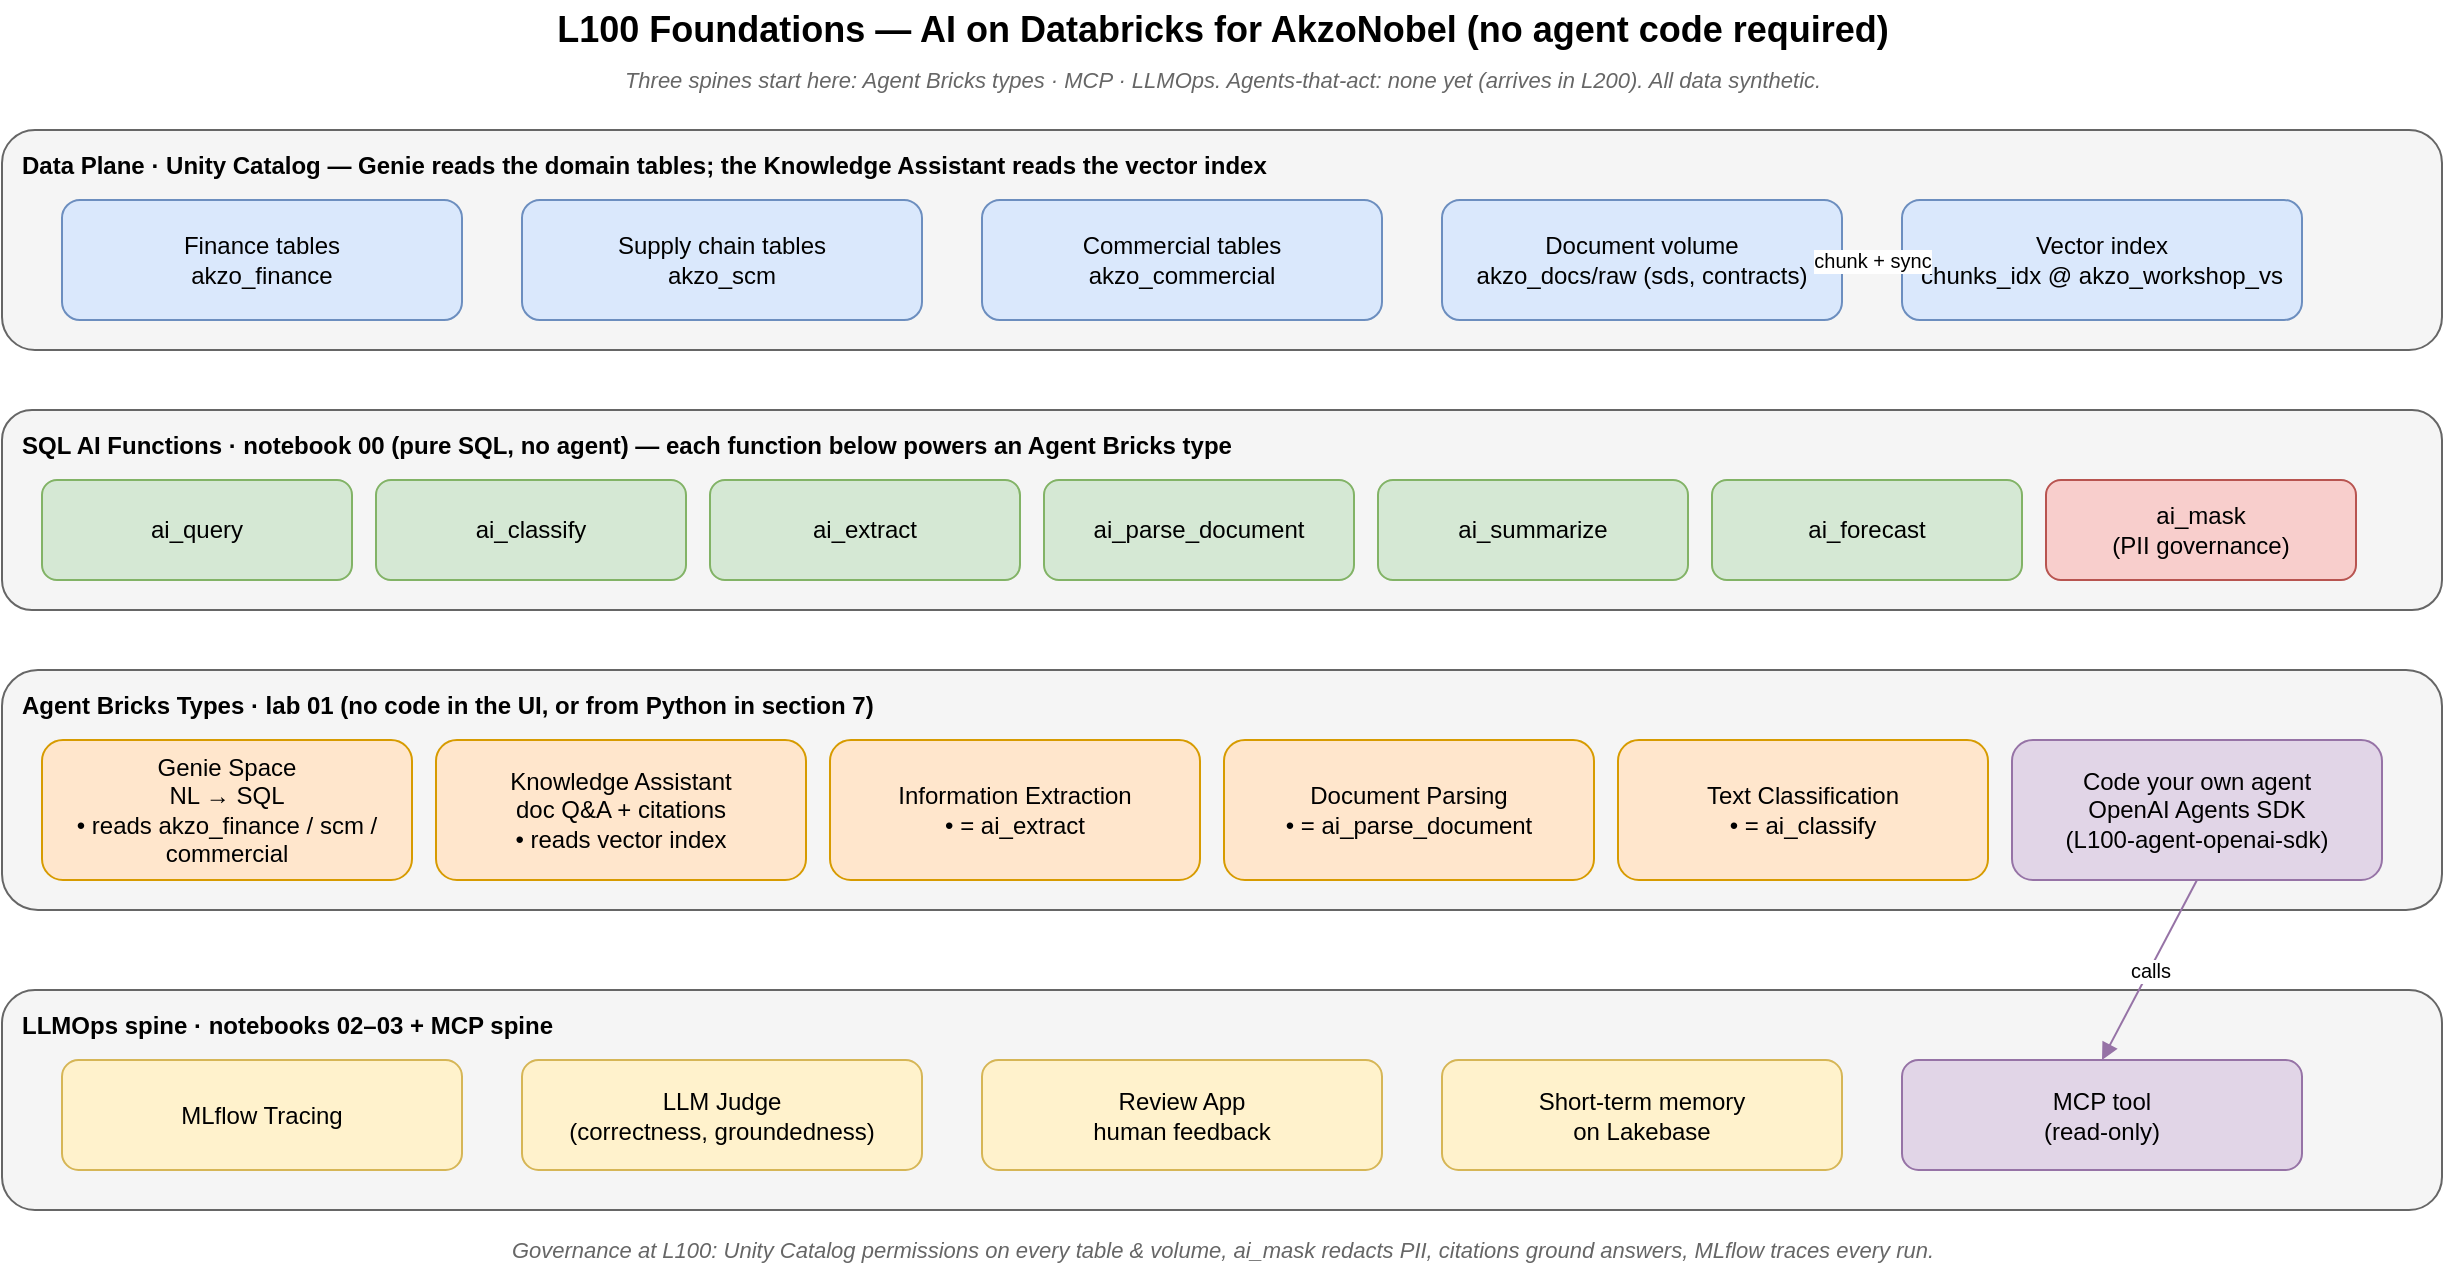
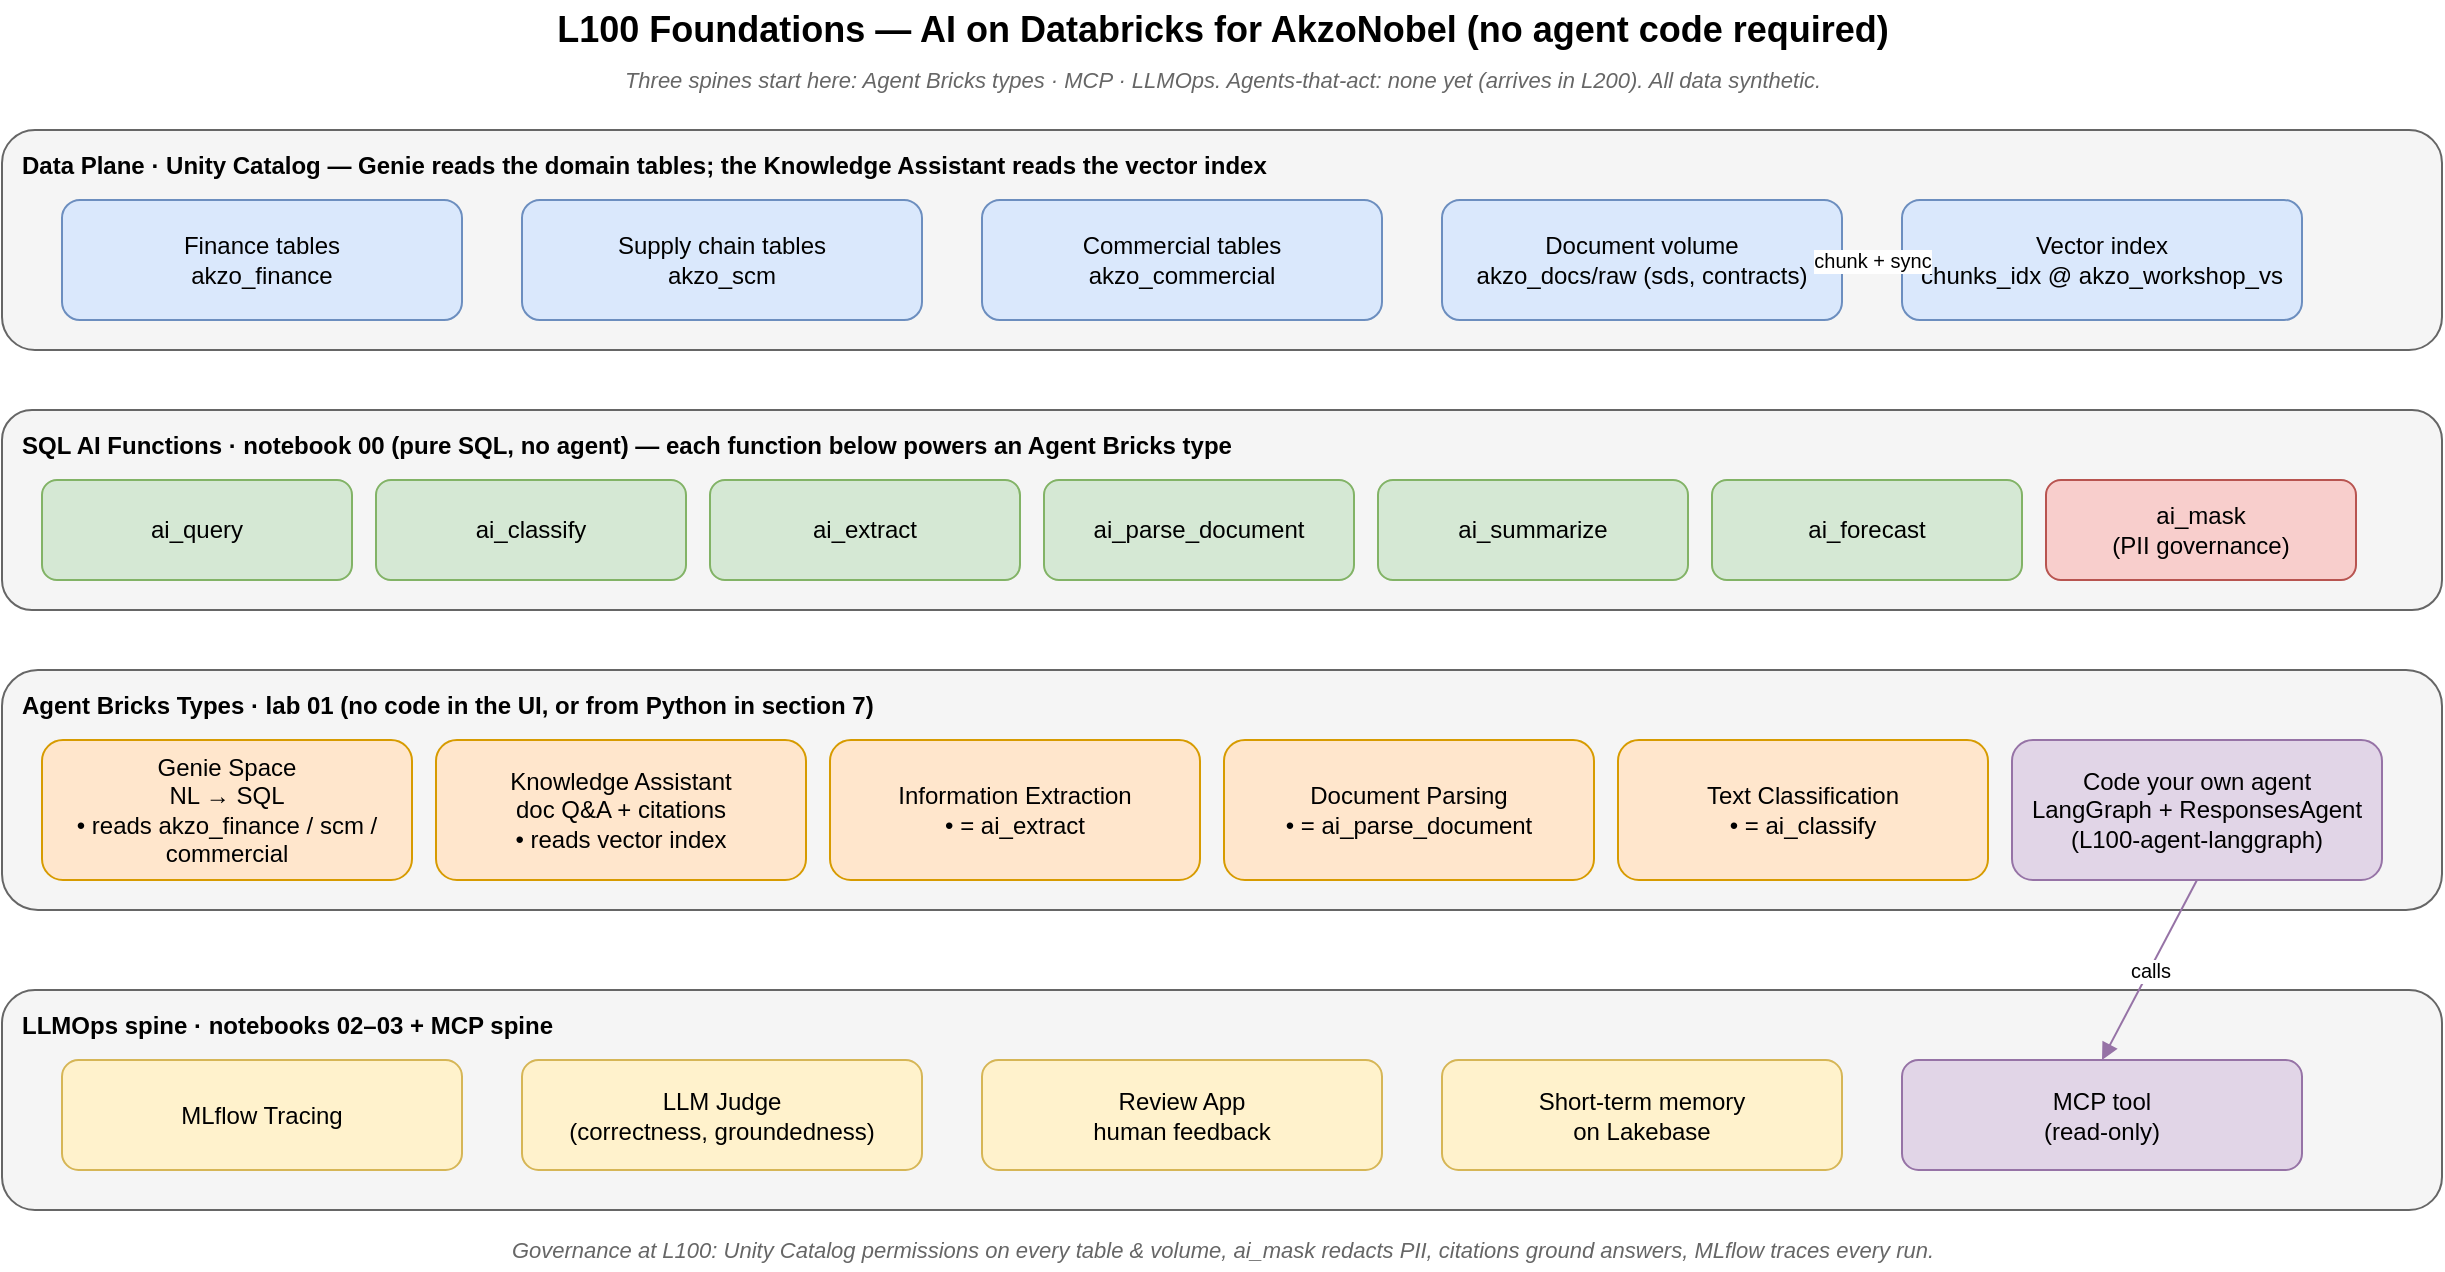
<mxGraphModel dx="1400" dy="900" grid="1" gridSize="10" guides="1" tooltips="1" connect="1" arrows="1" fold="1" page="1" pageScale="1" pageWidth="1300" pageHeight="760" math="0" shadow="0">
  <root>
    <mxCell id="0" />
    <mxCell id="1" parent="0" />

    <mxCell id="title" value="L100 Foundations &#8212; AI on Databricks for AkzoNobel (no agent code required)" style="text;html=1;fontSize=18;fontStyle=1;align=center;verticalAlign=middle;" vertex="1" parent="1">
      <mxGeometry x="40" y="15" width="1220" height="30" as="geometry" />
    </mxCell>
    <mxCell id="spines" value="Three spines start here: Agent Bricks types &#183; MCP &#183; LLMOps. Agents-that-act: none yet (arrives in L200). All data synthetic." style="text;html=1;fontSize=11;fontStyle=2;align=center;verticalAlign=middle;fontColor=#666666;" vertex="1" parent="1">
      <mxGeometry x="40" y="45" width="1220" height="20" as="geometry" />
    </mxCell>

    <!-- BAND 1: DATA PLANE -->
    <mxCell id="band1" value="Data Plane &#183; Unity Catalog &#8212; Genie reads the domain tables; the Knowledge Assistant reads the vector index" style="rounded=1;whiteSpace=wrap;html=1;fillColor=#f5f5f5;strokeColor=#666666;verticalAlign=top;align=left;fontStyle=1;fontSize=12;spacingLeft=8;spacingTop=4;" vertex="1" parent="1">
      <mxGeometry x="40" y="80" width="1220" height="110" as="geometry" />
    </mxCell>
    <mxCell id="d_fin" value="Finance tables&#10;akzo_finance" style="rounded=1;whiteSpace=wrap;html=1;fillColor=#dae8fc;strokeColor=#6c8ebf;" vertex="1" parent="1">
      <mxGeometry x="70" y="115" width="200" height="60" as="geometry" />
    </mxCell>
    <mxCell id="d_scm" value="Supply chain tables&#10;akzo_scm" style="rounded=1;whiteSpace=wrap;html=1;fillColor=#dae8fc;strokeColor=#6c8ebf;" vertex="1" parent="1">
      <mxGeometry x="300" y="115" width="200" height="60" as="geometry" />
    </mxCell>
    <mxCell id="d_com" value="Commercial tables&#10;akzo_commercial" style="rounded=1;whiteSpace=wrap;html=1;fillColor=#dae8fc;strokeColor=#6c8ebf;" vertex="1" parent="1">
      <mxGeometry x="530" y="115" width="200" height="60" as="geometry" />
    </mxCell>
    <mxCell id="d_vol" value="Document volume&#10;akzo_docs/raw (sds, contracts)" style="rounded=1;whiteSpace=wrap;html=1;fillColor=#dae8fc;strokeColor=#6c8ebf;" vertex="1" parent="1">
      <mxGeometry x="760" y="115" width="200" height="60" as="geometry" />
    </mxCell>
    <mxCell id="d_idx" value="Vector index&#10;chunks_idx @ akzo_workshop_vs" style="rounded=1;whiteSpace=wrap;html=1;fillColor=#dae8fc;strokeColor=#6c8ebf;" vertex="1" parent="1">
      <mxGeometry x="990" y="115" width="200" height="60" as="geometry" />
    </mxCell>
    <mxCell id="e5" value="chunk + sync" style="endArrow=block;html=1;rounded=1;dashed=1;strokeColor=#6c8ebf;fontSize=10;exitX=1;exitY=0.5;exitDx=0;exitDy=0;entryX=0;entryY=0.5;entryDx=0;entryDy=0;" edge="1" parent="1" source="d_vol" target="d_idx">
      <mxGeometry relative="1" as="geometry" />
    </mxCell>

    <!-- BAND 2: SQL AI FUNCTIONS -->
    <mxCell id="band2" value="SQL AI Functions &#183; notebook 00 (pure SQL, no agent) &#8212; each function below powers an Agent Bricks type" style="rounded=1;whiteSpace=wrap;html=1;fillColor=#f5f5f5;strokeColor=#666666;verticalAlign=top;align=left;fontStyle=1;fontSize=12;spacingLeft=8;spacingTop=4;" vertex="1" parent="1">
      <mxGeometry x="40" y="220" width="1220" height="100" as="geometry" />
    </mxCell>
    <mxCell id="f_query" value="ai_query" style="rounded=1;whiteSpace=wrap;html=1;fillColor=#d5e8d4;strokeColor=#82b366;" vertex="1" parent="1">
      <mxGeometry x="60" y="255" width="155" height="50" as="geometry" />
    </mxCell>
    <mxCell id="f_classify" value="ai_classify" style="rounded=1;whiteSpace=wrap;html=1;fillColor=#d5e8d4;strokeColor=#82b366;" vertex="1" parent="1">
      <mxGeometry x="227" y="255" width="155" height="50" as="geometry" />
    </mxCell>
    <mxCell id="f_extract" value="ai_extract" style="rounded=1;whiteSpace=wrap;html=1;fillColor=#d5e8d4;strokeColor=#82b366;" vertex="1" parent="1">
      <mxGeometry x="394" y="255" width="155" height="50" as="geometry" />
    </mxCell>
    <mxCell id="f_parse" value="ai_parse_document" style="rounded=1;whiteSpace=wrap;html=1;fillColor=#d5e8d4;strokeColor=#82b366;" vertex="1" parent="1">
      <mxGeometry x="561" y="255" width="155" height="50" as="geometry" />
    </mxCell>
    <mxCell id="f_sum" value="ai_summarize" style="rounded=1;whiteSpace=wrap;html=1;fillColor=#d5e8d4;strokeColor=#82b366;" vertex="1" parent="1">
      <mxGeometry x="728" y="255" width="155" height="50" as="geometry" />
    </mxCell>
    <mxCell id="f_fc" value="ai_forecast" style="rounded=1;whiteSpace=wrap;html=1;fillColor=#d5e8d4;strokeColor=#82b366;" vertex="1" parent="1">
      <mxGeometry x="895" y="255" width="155" height="50" as="geometry" />
    </mxCell>
    <mxCell id="f_mask" value="ai_mask&#10;(PII governance)" style="rounded=1;whiteSpace=wrap;html=1;fillColor=#f8cecc;strokeColor=#b85450;" vertex="1" parent="1">
      <mxGeometry x="1062" y="255" width="155" height="50" as="geometry" />
    </mxCell>

    <!-- BAND 3: AGENT BRICKS TYPES -->
    <mxCell id="band3" value="Agent Bricks Types &#183; lab 01 (no code in the UI, or from Python in section 7)" style="rounded=1;whiteSpace=wrap;html=1;fillColor=#f5f5f5;strokeColor=#666666;verticalAlign=top;align=left;fontStyle=1;fontSize=12;spacingLeft=8;spacingTop=4;" vertex="1" parent="1">
      <mxGeometry x="40" y="350" width="1220" height="120" as="geometry" />
    </mxCell>
    <mxCell id="a_genie" value="Genie Space&#10;NL &#8594; SQL&#10;&#8226; reads akzo_finance / scm / commercial" style="rounded=1;whiteSpace=wrap;html=1;fillColor=#ffe6cc;strokeColor=#d79b00;" vertex="1" parent="1">
      <mxGeometry x="60" y="385" width="185" height="70" as="geometry" />
    </mxCell>
    <mxCell id="a_ka" value="Knowledge Assistant&#10;doc Q&amp;A + citations&#10;&#8226; reads vector index" style="rounded=1;whiteSpace=wrap;html=1;fillColor=#ffe6cc;strokeColor=#d79b00;" vertex="1" parent="1">
      <mxGeometry x="257" y="385" width="185" height="70" as="geometry" />
    </mxCell>
    <mxCell id="a_ext" value="Information Extraction&#10;&#8226; = ai_extract" style="rounded=1;whiteSpace=wrap;html=1;fillColor=#ffe6cc;strokeColor=#d79b00;" vertex="1" parent="1">
      <mxGeometry x="454" y="385" width="185" height="70" as="geometry" />
    </mxCell>
    <mxCell id="a_doc" value="Document Parsing&#10;&#8226; = ai_parse_document" style="rounded=1;whiteSpace=wrap;html=1;fillColor=#ffe6cc;strokeColor=#d79b00;" vertex="1" parent="1">
      <mxGeometry x="651" y="385" width="185" height="70" as="geometry" />
    </mxCell>
    <mxCell id="a_cls" value="Text Classification&#10;&#8226; = ai_classify" style="rounded=1;whiteSpace=wrap;html=1;fillColor=#ffe6cc;strokeColor=#d79b00;" vertex="1" parent="1">
      <mxGeometry x="848" y="385" width="185" height="70" as="geometry" />
    </mxCell>
-     <mxCell id="a_code" value="Code your own agent&#10;OpenAI Agents SDK&#10;(L100-agent-openai-sdk)" style="rounded=1;whiteSpace=wrap;html=1;fillColor=#e1d5e7;strokeColor=#9673a6;" vertex="1" parent="1">
+     <mxCell id="a_code" value="Code your own agent&#10;LangGraph + ResponsesAgent&#10;(L100-agent-langgraph)" style="rounded=1;whiteSpace=wrap;html=1;fillColor=#e1d5e7;strokeColor=#9673a6;" vertex="1" parent="1">
      <mxGeometry x="1045" y="385" width="185" height="70" as="geometry" />
    </mxCell>

    <!-- BAND 4: LLMOps + MCP + memory -->
    <mxCell id="band4" value="LLMOps spine &#183; notebooks 02&#8211;03  +  MCP spine" style="rounded=1;whiteSpace=wrap;html=1;fillColor=#f5f5f5;strokeColor=#666666;verticalAlign=top;align=left;fontStyle=1;fontSize=12;spacingLeft=8;spacingTop=4;" vertex="1" parent="1">
      <mxGeometry x="40" y="510" width="1220" height="110" as="geometry" />
    </mxCell>
    <mxCell id="l_trace" value="MLflow Tracing" style="rounded=1;whiteSpace=wrap;html=1;fillColor=#fff2cc;strokeColor=#d6b656;" vertex="1" parent="1">
      <mxGeometry x="70" y="545" width="200" height="55" as="geometry" />
    </mxCell>
    <mxCell id="l_judge" value="LLM Judge&#10;(correctness, groundedness)" style="rounded=1;whiteSpace=wrap;html=1;fillColor=#fff2cc;strokeColor=#d6b656;" vertex="1" parent="1">
      <mxGeometry x="300" y="545" width="200" height="55" as="geometry" />
    </mxCell>
    <mxCell id="l_review" value="Review App&#10;human feedback" style="rounded=1;whiteSpace=wrap;html=1;fillColor=#fff2cc;strokeColor=#d6b656;" vertex="1" parent="1">
      <mxGeometry x="530" y="545" width="200" height="55" as="geometry" />
    </mxCell>
    <mxCell id="l_mem" value="Short-term memory&#10;on Lakebase" style="rounded=1;whiteSpace=wrap;html=1;fillColor=#fff2cc;strokeColor=#d6b656;" vertex="1" parent="1">
      <mxGeometry x="760" y="545" width="200" height="55" as="geometry" />
    </mxCell>
    <mxCell id="l_mcp" value="MCP tool&#10;(read-only)" style="rounded=1;whiteSpace=wrap;html=1;fillColor=#e1d5e7;strokeColor=#9673a6;" vertex="1" parent="1">
      <mxGeometry x="990" y="545" width="200" height="55" as="geometry" />
    </mxCell>
    <mxCell id="e9" value="calls" style="endArrow=block;html=1;rounded=1;strokeColor=#9673a6;fontSize=10;exitX=0.5;exitY=1;exitDx=0;exitDy=0;entryX=0.5;entryY=0;entryDx=0;entryDy=0;" edge="1" parent="1" source="a_code" target="l_mcp">
      <mxGeometry relative="1" as="geometry" />
    </mxCell>

    <mxCell id="footnote" value="Governance at L100: Unity Catalog permissions on every table &amp; volume, ai_mask redacts PII, citations ground answers, MLflow traces every run." style="text;html=1;fontSize=11;fontStyle=2;align=center;verticalAlign=middle;fontColor=#666666;" vertex="1" parent="1">
      <mxGeometry x="40" y="630" width="1220" height="20" as="geometry" />
    </mxCell>
  </root>
</mxGraphModel>
